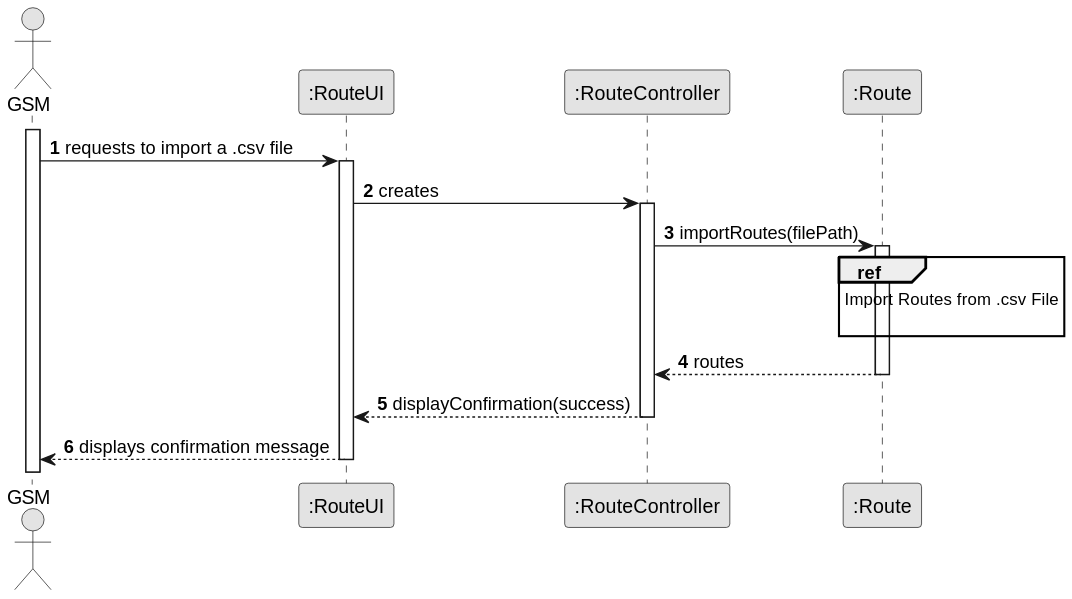
Earlier version of the PlantUML export docs/sprintB/us012/03.design/svg/us012-sequence-diagram-split.svg (ricardomm7/leaflink).
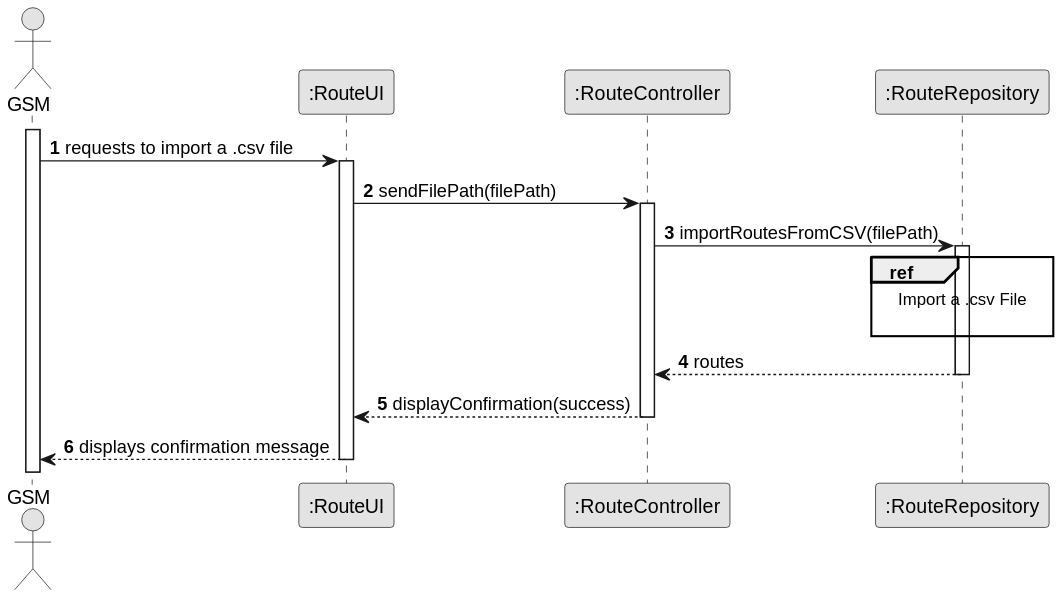
Above is the later version.

What changed in the source:
```diff
@@ -8,24 +8,24 @@
 actor "GSM" as GSM
 participant ":RouteUI" as UI
 participant ":RouteController" as CTR
-participant ":Route" as Repository
+participant ":RouteRepository" as Repository
 
 activate GSM
 
 GSM -> UI : requests to import a .csv file
 activate UI
 
-UI -> CTR : creates
+UI -> CTR : sendFilePath(filePath)
 activate CTR
 
-CTR -> Repository : importRoutes(filePath)
+CTR -> Repository : importRoutesFromCSV(filePath)
 activate Repository
 
+ref over Repository
+                                Import a .csv File
 
-    ref over Repository
-                        Import Routes from .csv File
+                            end ref
 
-                    end
 Repository --> CTR: routes
 deactivate Repository
 
```
